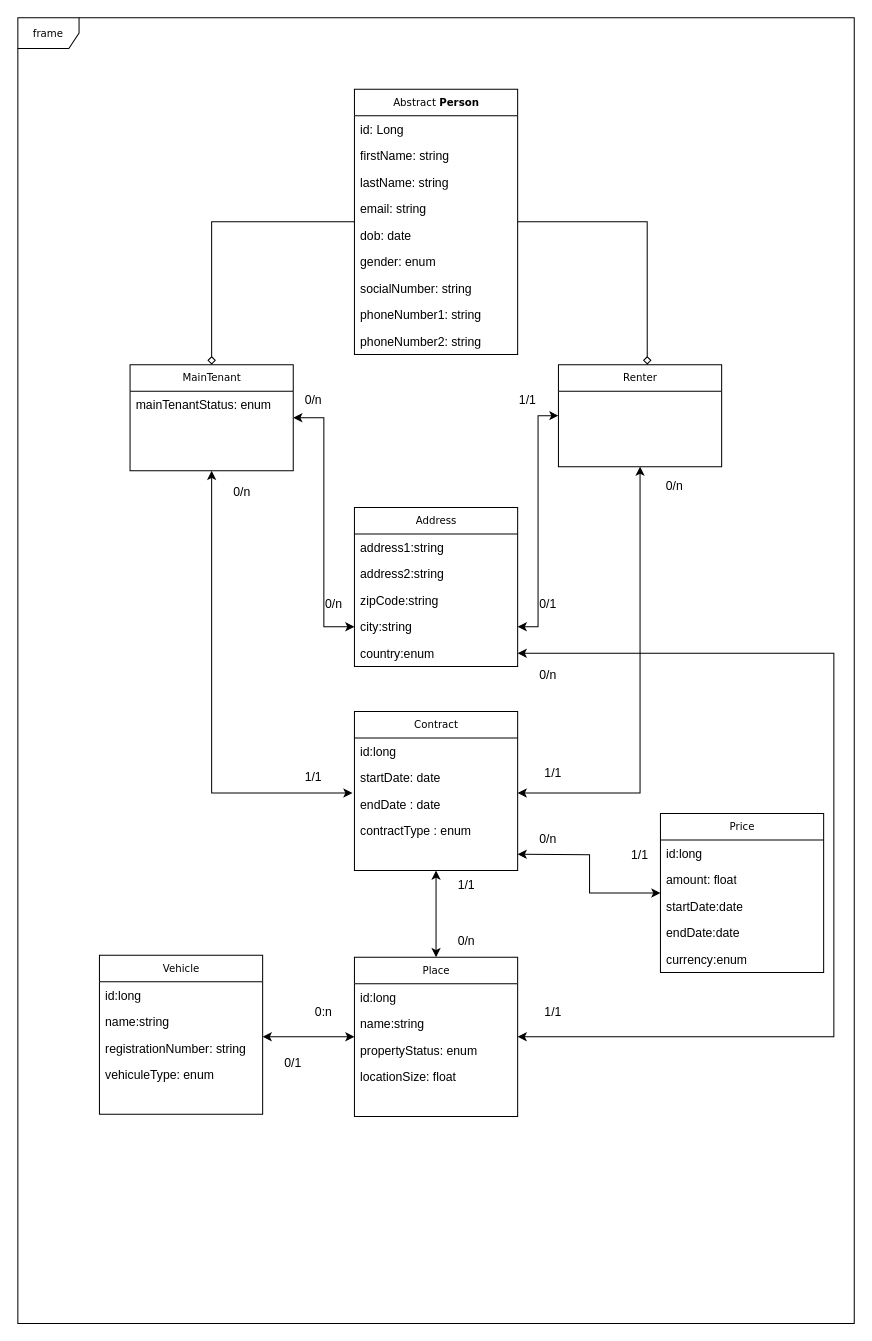
This is conception/class diagram(3).drawio from chrystlll/rentalProject_back, a draw.io file, before an edit. Source tidied: cells renumbered, new cells numbered last; positions are measured from the earlier drawing's top-left corner, leaving out a move shared by most shapes. Both pictures are drawn from the tidied source at 102%, with x=0, y=0 at pixel (17, 17).
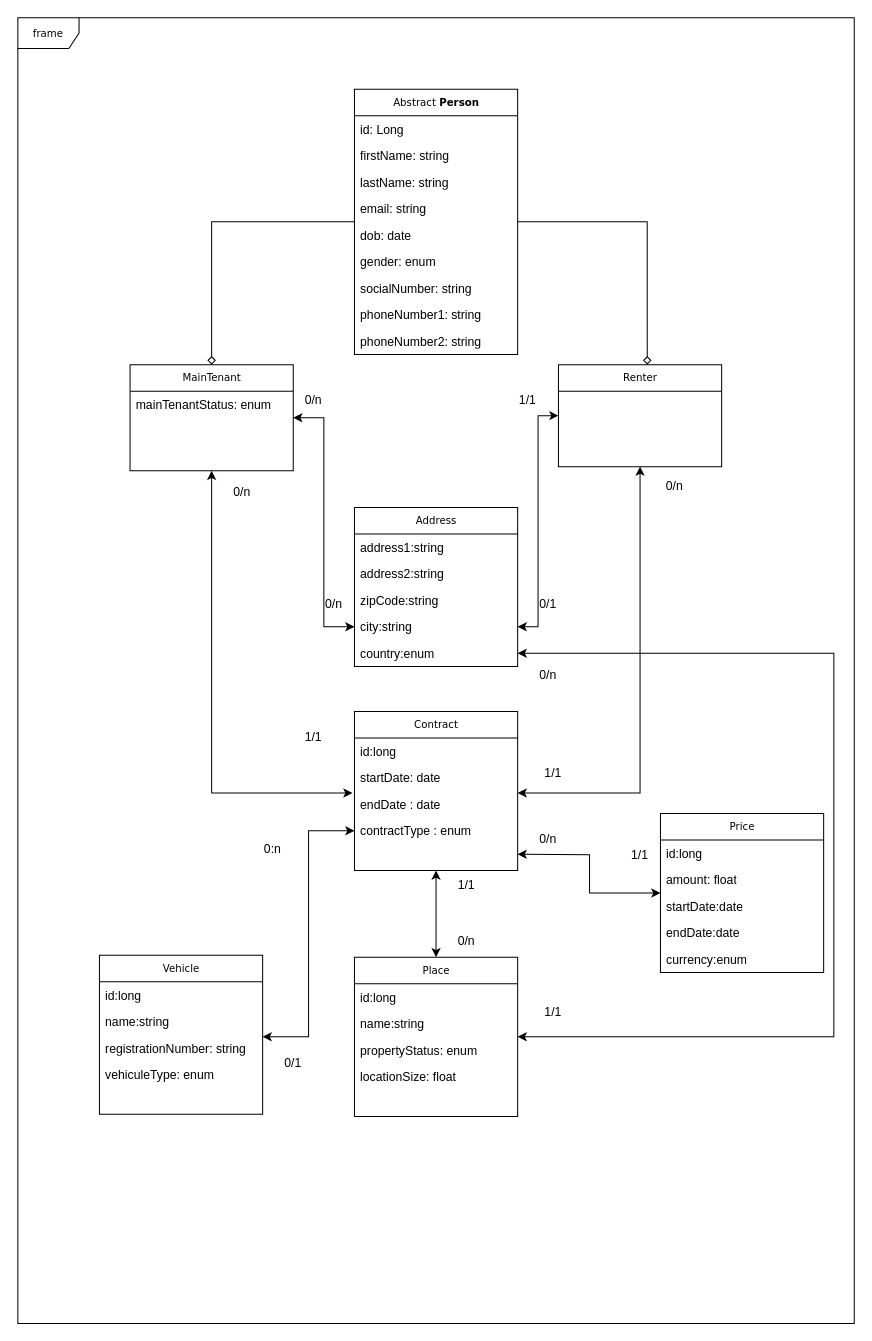
After the change.

The change refers to these unchanged cells:
```xml
<mxCell id="37" value="contractType : enum" style="text;html=1;strokeColor=none;fillColor=none;align=left;verticalAlign=top;spacingLeft=4;spacingRight=4;whiteSpace=wrap;overflow=hidden;points=[[0,0.5],[1,0.5]];portConstraint=eastwest;" parent="33" vertex="1">
  <mxGeometry y="104" width="160" height="26" as="geometry" />
</mxCell>
<mxCell id="44" value="Place" style="swimlane;html=1;fontStyle=0;horizontal=1;startSize=26;fillColor=none;swimlaneFillColor=#ffffff;rounded=0;shadow=0;comic=0;labelBackgroundColor=none;strokeWidth=1;fontFamily=Verdana;fontSize=10;align=center;" parent="1" vertex="1">
  <mxGeometry x="330" y="921" width="160" height="156" as="geometry" />
</mxCell>
<mxCell id="61" value="registrationNumber: string" style="text;html=1;strokeColor=none;fillColor=none;align=left;verticalAlign=top;spacingLeft=4;spacingRight=4;whiteSpace=wrap;overflow=hidden;points=[[0,0.5],[1,0.5]];portConstraint=eastwest;" parent="58" vertex="1">
  <mxGeometry y="78" width="160" height="26" as="geometry" />
</mxCell>
```

The edit, as a diff of the source:
```diff
@@
     <mxCell id="39" value="1/1" style="text;html=1;strokeColor=none;fillColor=none;align=center;verticalAlign=middle;whiteSpace=wrap;rounded=0;" parent="1" vertex="1">
-      <mxGeometry x="260" y="730" width="60" height="30" as="geometry" />
+      <mxGeometry x="260" y="690" width="60" height="30" as="geometry" />
     </mxCell>
@@
-    <mxCell id="43" style="edgeStyle=orthogonalEdgeStyle;rounded=0;jettySize=auto;html=1;entryX=1;entryY=0.077;entryDx=0;entryDy=0;entryPerimeter=0;startArrow=classic;startFill=1;endArrow=classic;endFill=1;" parent="1" edge="1" source="44" target="61">
+    <mxCell id="43" style="edgeStyle=orthogonalEdgeStyle;rounded=0;jettySize=auto;html=1;entryX=1;entryY=0.077;entryDx=0;entryDy=0;entryPerimeter=0;startArrow=classic;startFill=1;endArrow=classic;endFill=1;exitX=0;exitY=0.5;exitDx=0;exitDy=0;" parent="1" edge="1" source="37" target="61">
       <mxGeometry relative="1" as="geometry" />
     </mxCell>
@@
     <mxCell id="67" value="0:n" style="text;html=1;strokeColor=none;fillColor=none;align=center;verticalAlign=middle;whiteSpace=wrap;rounded=0;" parent="1" vertex="1">
-      <mxGeometry x="270" y="960" width="60" height="30" as="geometry" />
+      <mxGeometry x="220" y="800" width="60" height="30" as="geometry" />
     </mxCell>
```
